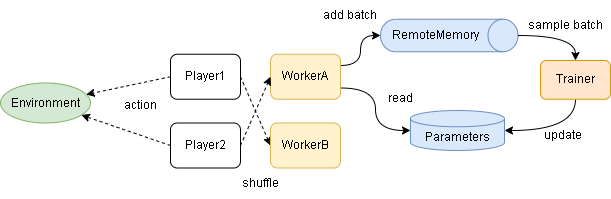
Earlier version of the draw.io export diagrams/overview-multiplay.drawio.png (pocokhc/simple_distributed_rl). Source tidied: cells renumbered, new cells last; positions are measured from the earlier drawing's top-left corner, leaving out a move shared by most shapes.
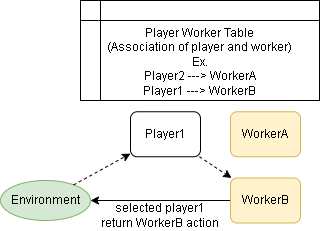
The same diagram one commit later.

What changed in the source:
```diff
@@ -3,76 +3,31 @@
     <mxCell id="0" />
     <mxCell id="1" parent="0" />
     <mxCell id="2" value="Environment" style="ellipse;whiteSpace=wrap;html=1;fillColor=#d5e8d4;strokeColor=#82b366;" parent="1" vertex="1">
-      <mxGeometry y="116.5" width="90" height="40" as="geometry" />
+      <mxGeometry x="10" y="154" width="90" height="40" as="geometry" />
     </mxCell>
-    <mxCell id="3" style="edgeStyle=orthogonalEdgeStyle;curved=1;rounded=0;jettySize=auto;html=1;exitX=0;exitY=0.5;exitDx=0;exitDy=0;exitPerimeter=0;entryX=1;entryY=0.75;entryDx=0;entryDy=0;startArrow=classic;startFill=1;endArrow=none;endFill=0;" parent="1" edge="1" source="4" target="8">
-      <mxGeometry relative="1" as="geometry" />
-    </mxCell>
-    <mxCell id="4" value="Parameters" style="shape=cylinder3;whiteSpace=wrap;html=1;boundedLbl=1;backgroundOutline=1;size=8.142857142857167;fillColor=#dae8fc;strokeColor=#6c8ebf;" parent="1" vertex="1">
-      <mxGeometry x="410" y="144" width="94" height="40" as="geometry" />
-    </mxCell>
-    <mxCell id="5" style="edgeStyle=orthogonalEdgeStyle;curved=1;rounded=0;jettySize=auto;html=1;exitX=0.5;exitY=1;exitDx=0;exitDy=0;entryX=1;entryY=0.5;entryDx=0;entryDy=0;entryPerimeter=0;" parent="1" edge="1" source="6" target="4">
-      <mxGeometry relative="1" as="geometry" />
-    </mxCell>
-    <mxCell id="6" value="Trainer" style="rounded=1;whiteSpace=wrap;html=1;fillColor=#ffe6cc;strokeColor=#d79b00;" parent="1" vertex="1">
-      <mxGeometry x="540" y="94" width="70" height="38.8" as="geometry" />
-    </mxCell>
-    <mxCell id="7" style="edgeStyle=orthogonalEdgeStyle;curved=1;rounded=0;jettySize=auto;html=1;exitX=1;exitY=0.25;exitDx=0;exitDy=0;entryX=0.5;entryY=1;entryDx=0;entryDy=0;entryPerimeter=0;" parent="1" edge="1" source="8" target="11">
-      <mxGeometry relative="1" as="geometry" />
-    </mxCell>
     <mxCell id="8" value="WorkerA" style="rounded=1;whiteSpace=wrap;html=1;fillColor=#fff2cc;strokeColor=#d6b656;" parent="1" vertex="1">
-      <mxGeometry x="270" y="87.8" width="70" height="45" as="geometry" />
+      <mxGeometry x="240" y="85.2" width="70" height="45" as="geometry" />
     </mxCell>
-    <mxCell id="9" value="action" style="text;html=1;strokeColor=none;fillColor=none;align=center;verticalAlign=middle;whiteSpace=wrap;rounded=0;" parent="1" vertex="1">
-      <mxGeometry x="110" y="124" width="60" height="30" as="geometry" />
+    <mxCell id="9" value="selected player1&lt;br&gt;return WorkerB action" style="text;html=1;strokeColor=none;fillColor=none;align=center;verticalAlign=middle;whiteSpace=wrap;rounded=0;" parent="1" vertex="1">
+      <mxGeometry x="100" y="174" width="140" height="30" as="geometry" />
     </mxCell>
-    <mxCell id="10" style="group;" parent="1" vertex="1">
-      <mxGeometry x="380" y="52.8" width="137.5" height="32.5" as="geometry" />
-    </mxCell>
-    <mxCell id="11" style="shape=cylinder3;whiteSpace=wrap;html=1;boundedLbl=1;backgroundOutline=1;size=15;rotation=90;fillColor=#dae8fc;strokeColor=#6c8ebf;" parent="10" vertex="1">
-      <mxGeometry x="52.5" y="-52.5" width="32.5" height="137.5" as="geometry" />
-    </mxCell>
-    <mxCell id="12" value="RemoteMemory" style="text;html=1;strokeColor=none;fillColor=none;align=center;verticalAlign=middle;whiteSpace=wrap;rounded=0;" parent="10" vertex="1">
-      <mxGeometry x="25" y="1.2" width="60" height="30" as="geometry" />
-    </mxCell>
-    <mxCell id="13" value="add batch" style="text;html=1;strokeColor=none;fillColor=none;align=center;verticalAlign=middle;whiteSpace=wrap;rounded=0;" parent="1" vertex="1">
-      <mxGeometry x="320" y="34" width="60" height="30" as="geometry" />
-    </mxCell>
-    <mxCell id="14" style="edgeStyle=orthogonalEdgeStyle;curved=1;rounded=0;jettySize=auto;html=1;exitX=0.5;exitY=0;exitDx=0;exitDy=0;exitPerimeter=0;entryX=0.5;entryY=0;entryDx=0;entryDy=0;" parent="1" edge="1" source="11" target="6">
-      <mxGeometry relative="1" as="geometry" />
-    </mxCell>
-    <mxCell id="15" value="sample batch" style="text;html=1;strokeColor=none;fillColor=none;align=center;verticalAlign=middle;whiteSpace=wrap;rounded=0;" parent="1" vertex="1">
-      <mxGeometry x="520" y="44" width="90" height="30" as="geometry" />
-    </mxCell>
-    <mxCell id="16" value="update" style="text;html=1;strokeColor=none;fillColor=none;align=center;verticalAlign=middle;whiteSpace=wrap;rounded=0;" parent="1" vertex="1">
-      <mxGeometry x="520" y="154" width="85" height="30" as="geometry" />
-    </mxCell>
-    <mxCell id="17" value="read" style="text;html=1;strokeColor=none;fillColor=none;align=center;verticalAlign=middle;whiteSpace=wrap;rounded=0;" parent="1" vertex="1">
-      <mxGeometry x="370" y="116.5" width="60" height="30" as="geometry" />
-    </mxCell>
-    <mxCell id="18" style="rounded=0;jettySize=auto;html=1;exitX=1;exitY=0.5;exitDx=0;exitDy=0;entryX=0;entryY=0.5;entryDx=0;entryDy=0;dashed=1;" parent="1" edge="1" source="20" target="24">
+    <mxCell id="18" style="rounded=0;jettySize=auto;html=1;dashed=1;" parent="1" edge="1" source="20" target="24">
       <mxGeometry relative="1" as="geometry" />
     </mxCell>
-    <mxCell id="19" style="edgeStyle=none;rounded=0;jettySize=auto;html=1;exitX=0;exitY=0.5;exitDx=0;exitDy=0;dashed=1;" parent="1" edge="1" source="20" target="2">
+    <mxCell id="19" style="edgeStyle=none;rounded=0;jettySize=auto;html=1;dashed=1;" parent="1" edge="1" source="2" target="20">
       <mxGeometry relative="1" as="geometry" />
     </mxCell>
     <mxCell id="20" value="Player1" style="rounded=1;whiteSpace=wrap;html=1;" parent="1" vertex="1">
-      <mxGeometry x="170" y="87.8" width="70" height="45" as="geometry" />
+      <mxGeometry x="140" y="85.2" width="70" height="45" as="geometry" />
     </mxCell>
-    <mxCell id="21" style="edgeStyle=none;rounded=0;jettySize=auto;html=1;exitX=1;exitY=0.5;exitDx=0;exitDy=0;entryX=0;entryY=0.5;entryDx=0;entryDy=0;dashed=1;" parent="1" edge="1" source="23" target="8">
-      <mxGeometry relative="1" as="geometry" />
-    </mxCell>
-    <mxCell id="22" style="edgeStyle=none;rounded=0;jettySize=auto;html=1;exitX=0;exitY=0.5;exitDx=0;exitDy=0;dashed=1;" parent="1" edge="1" source="23" target="2">
-      <mxGeometry relative="1" as="geometry" />
-    </mxCell>
-    <mxCell id="23" value="Player2" style="rounded=1;whiteSpace=wrap;html=1;" parent="1" vertex="1">
-      <mxGeometry x="170" y="156.5" width="70" height="45" as="geometry" />
-    </mxCell>
+    <mxCell id="26" style="rounded=0;jettySize=auto;html=1;" parent="1" edge="1" source="24" target="2">
+      <mxGeometry relative="1" as="geometry" />
+    </mxCell>
     <mxCell id="24" value="WorkerB" style="rounded=1;whiteSpace=wrap;html=1;fillColor=#fff2cc;strokeColor=#d6b656;" parent="1" vertex="1">
-      <mxGeometry x="270" y="156.5" width="70" height="45" as="geometry" />
+      <mxGeometry x="240" y="151.5" width="70" height="45" as="geometry" />
     </mxCell>
-    <mxCell id="25" value="shuffle" style="text;html=1;strokeColor=none;fillColor=none;align=center;verticalAlign=middle;whiteSpace=wrap;rounded=0;" parent="1" vertex="1">
-      <mxGeometry x="230" y="201.5" width="60" height="30" as="geometry" />
-    </mxCell>
+    <mxCell id="27" value="Player Worker Table&lt;br&gt;(Association of player and worker)&lt;br&gt;Ex.&lt;br&gt;Player2 ---&amp;gt; WorkerA&lt;br&gt;Player1 ---&amp;gt; WorkerB" style="shape=internalStorage;whiteSpace=wrap;html=1;backgroundOutline=1;verticalAlign=bottom;" parent="1" vertex="1">
+      <mxGeometry x="90" y="-26" width="239" height="100" as="geometry" />
+    </mxCell>
   </root>
 </mxGraphModel>
```
